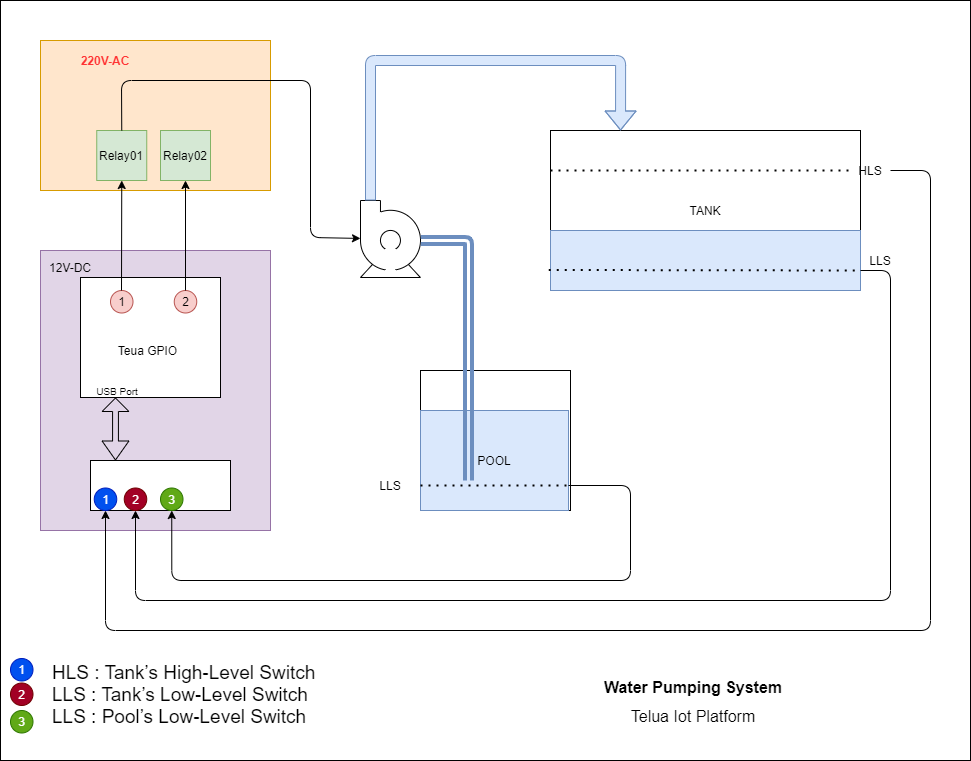
The draw.io diagram plc_Water_Pumping_System/Water_Pumping_System.png in letrthong/uhes_visual_programing_iot, before a commit. Source tidied: cells renumbered, new cells last; positions are measured from the earlier drawing's top-left corner, leaving out a move shared by most shapes.
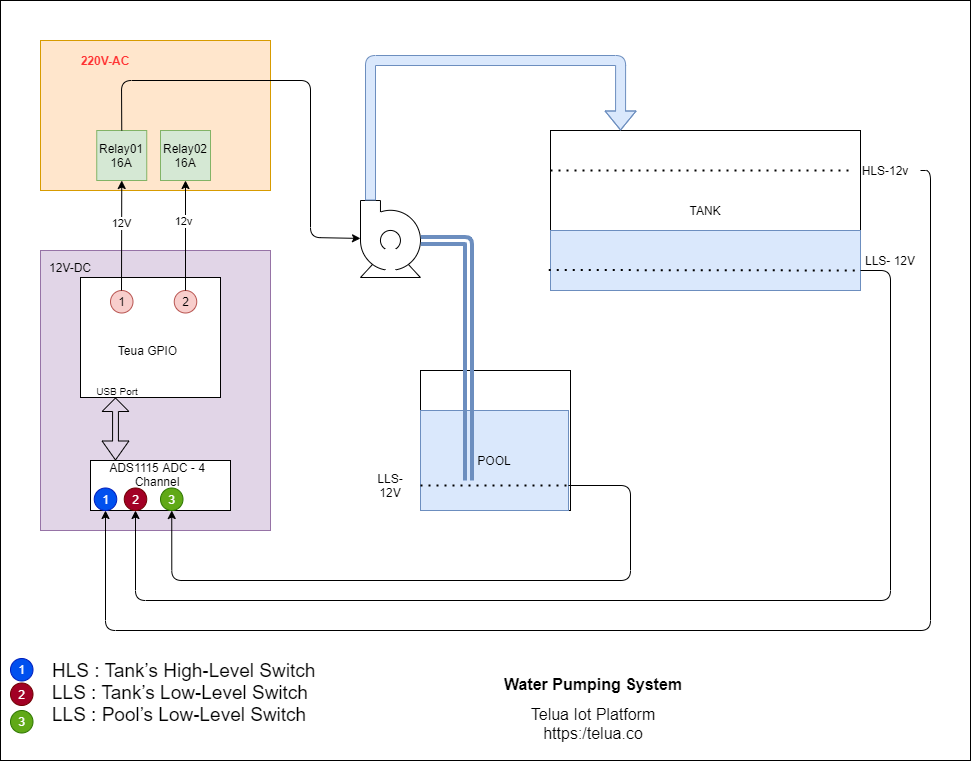
Later version of the same file.

The edit, as a diff of the source:
```diff
@@ -62,11 +62,11 @@
     <mxCell id="17" value="&lt;b&gt;&lt;font color=&quot;#ff3333&quot;&gt;220V-AC&lt;/font&gt;&lt;/b&gt;" style="text;html=1;strokeColor=none;fillColor=none;align=center;verticalAlign=middle;whiteSpace=wrap;rounded=0;" parent="1" vertex="1">
       <mxGeometry x="70" y="50" width="70" height="20" as="geometry" />
     </mxCell>
-    <mxCell id="18" value="LLS" style="text;html=1;strokeColor=none;fillColor=none;align=center;verticalAlign=middle;whiteSpace=wrap;rounded=0;" parent="1" vertex="1">
+    <mxCell id="18" value="LLS-12V" style="text;html=1;strokeColor=none;fillColor=none;align=center;verticalAlign=middle;whiteSpace=wrap;rounded=0;" parent="1" vertex="1">
       <mxGeometry x="370" y="475" width="40" height="20" as="geometry" />
     </mxCell>
-    <mxCell id="19" value="LLS" style="text;html=1;strokeColor=none;fillColor=none;align=center;verticalAlign=middle;whiteSpace=wrap;rounded=0;" parent="1" vertex="1">
-      <mxGeometry x="860" y="250" width="40" height="20" as="geometry" />
+    <mxCell id="19" value="LLS- 12V" style="text;html=1;strokeColor=none;fillColor=none;align=center;verticalAlign=middle;whiteSpace=wrap;rounded=0;" parent="1" vertex="1">
+      <mxGeometry x="860" y="250" width="60" height="20" as="geometry" />
     </mxCell>
     <mxCell id="20" style="endArrow=none;dashed=1;html=1;dashPattern=1 3;strokeWidth=2;exitX=-0.006;exitY=0.658;exitDx=0;exitDy=0;exitPerimeter=0;" parent="1" edge="1" source="6">
       <mxGeometry relative="1" as="geometry">
@@ -112,13 +112,13 @@
         </Array>
       </mxGeometry>
     </mxCell>
-    <mxCell id="28" value="HLS" style="text;html=1;strokeColor=none;fillColor=none;align=center;verticalAlign=middle;whiteSpace=wrap;rounded=0;" parent="1" vertex="1">
-      <mxGeometry x="850" y="160" width="40" height="20" as="geometry" />
+    <mxCell id="28" value="HLS-12v" style="text;html=1;strokeColor=none;fillColor=none;align=center;verticalAlign=middle;whiteSpace=wrap;rounded=0;" parent="1" vertex="1">
+      <mxGeometry x="850" y="160" width="70" height="20" as="geometry" />
     </mxCell>
-    <mxCell id="29" value="Relay01" style="whiteSpace=wrap;html=1;fillColor=#d5e8d4;strokeColor=#82b366;" parent="1" vertex="1">
+    <mxCell id="29" value="Relay01&lt;br&gt;16A" style="whiteSpace=wrap;html=1;fillColor=#d5e8d4;strokeColor=#82b366;" parent="1" vertex="1">
       <mxGeometry x="96.2" y="130" width="50" height="50" as="geometry" />
     </mxCell>
-    <mxCell id="30" value="&lt;span&gt;Relay02&lt;/span&gt;" style="whiteSpace=wrap;html=1;fillColor=#d5e8d4;strokeColor=#82b366;" parent="1" vertex="1">
+    <mxCell id="30" value="&lt;span&gt;Relay02&lt;br&gt;16A&lt;br&gt;&lt;/span&gt;" style="whiteSpace=wrap;html=1;fillColor=#d5e8d4;strokeColor=#82b366;" parent="1" vertex="1">
       <mxGeometry x="160" y="130" width="50" height="50" as="geometry" />
     </mxCell>
     <mxCell id="31" style="endArrow=classic;html=1;strokeWidth=1;exitX=0.5;exitY=0;exitDx=0;exitDy=0;" parent="1" edge="1" source="29" target="4">
@@ -141,14 +141,22 @@
         <mxPoint x="121" y="290" as="sourcePoint" />
       </mxGeometry>
     </mxCell>
+    <mxCell id="43" value="12V" style="edgeLabel;html=1;align=center;verticalAlign=middle;" parent="34" vertex="1">
+      <mxGeometry x="0.22" y="1" relative="1" as="geometry" />
+    </mxCell>
     <mxCell id="35" style="endArrow=classic;html=1;strokeWidth=1;entryX=0.5;entryY=1;entryDx=0;entryDy=0;" parent="1" edge="1" source="33" target="30">
       <mxGeometry relative="1" as="geometry" />
     </mxCell>
+    <mxCell id="44" value="12v" style="edgeLabel;html=1;align=center;verticalAlign=middle;" parent="35" vertex="1">
+      <mxGeometry x="0.42" y="1" relative="1" as="geometry">
+        <mxPoint x="-1.5" y="8" as="offset" />
+      </mxGeometry>
+    </mxCell>
     <mxCell id="36" value="Teua GPIO" style="text;html=1;strokeColor=none;fillColor=none;align=center;verticalAlign=middle;whiteSpace=wrap;rounded=0;" parent="1" vertex="1">
       <mxGeometry x="115" y="340" width="65" height="20" as="geometry" />
     </mxCell>
     <mxCell id="37" value="&lt;div style=&quot;font-size: 19px&quot;&gt;&lt;font style=&quot;font-size: 19px&quot;&gt;HLS :&amp;nbsp;Tank’s High-Level Switch&lt;/font&gt;&lt;/div&gt;&lt;div style=&quot;font-size: 19px&quot;&gt;&lt;font style=&quot;font-size: 19px&quot;&gt;LLS :&amp;nbsp;Tank’s Low-Level Switch&lt;span&gt;&lt;br&gt;&lt;/span&gt;&lt;/font&gt;&lt;/div&gt;&lt;div style=&quot;font-size: 19px&quot;&gt;&lt;font style=&quot;font-size: 19px&quot;&gt;LLS : Pool’s Low-Level Switch&lt;/font&gt;&lt;br&gt;&lt;/div&gt;" style="text;html=1;strokeColor=none;fillColor=none;align=left;verticalAlign=middle;whiteSpace=wrap;rounded=0;" parent="1" vertex="1">
-      <mxGeometry x="50" y="663.8" width="450" height="60" as="geometry" />
+      <mxGeometry x="50" y="661.8" width="450" height="60" as="geometry" />
     </mxCell>
     <mxCell id="38" value="1" style="ellipse;whiteSpace=wrap;html=1;fillColor=#0050ef;strokeColor=#001DBC;fontColor=#ffffff;" parent="1" vertex="1">
       <mxGeometry x="10" y="658" width="22.5" height="22.5" as="geometry" />
@@ -159,11 +167,14 @@
     <mxCell id="40" value="3" style="ellipse;whiteSpace=wrap;html=1;fillColor=#60a917;strokeColor=#2D7600;fontColor=#ffffff;" parent="1" vertex="1">
       <mxGeometry x="10" y="710" width="22.5" height="22.5" as="geometry" />
     </mxCell>
-    <mxCell id="41" value="&lt;h1 style=&quot;font-size: 16px&quot;&gt;&lt;font style=&quot;font-size: 16px&quot;&gt;Water Pumping System&lt;/font&gt;&lt;/h1&gt;&lt;div style=&quot;font-size: 16px&quot;&gt;&lt;font style=&quot;font-size: 16px&quot;&gt;Telua Iot Platform&lt;/font&gt;&lt;/div&gt;" style="text;html=1;strokeColor=none;fillColor=none;align=center;verticalAlign=middle;whiteSpace=wrap;rounded=0;" parent="1" vertex="1">
-      <mxGeometry x="470" y="668.8" width="446" height="55" as="geometry" />
+    <mxCell id="41" value="&lt;h1 style=&quot;font-size: 16px&quot;&gt;&lt;font style=&quot;font-size: 16px&quot;&gt;Water Pumping System&lt;/font&gt;&lt;/h1&gt;&lt;div style=&quot;font-size: 16px&quot;&gt;&lt;font style=&quot;font-size: 16px&quot;&gt;Telua Iot Platform&lt;/font&gt;&lt;/div&gt;&lt;div style=&quot;font-size: 16px&quot;&gt;&lt;font style=&quot;font-size: 16px&quot;&gt;https:/telua.co&lt;/font&gt;&lt;/div&gt;" style="text;html=1;strokeColor=none;fillColor=none;align=center;verticalAlign=middle;whiteSpace=wrap;rounded=0;" parent="1" vertex="1">
+      <mxGeometry x="370" y="666.8" width="446" height="73.2" as="geometry" />
     </mxCell>
     <mxCell id="42" value="&lt;font style=&quot;font-size: 10px&quot;&gt;USB Port&lt;/font&gt;" style="text;html=1;strokeColor=none;fillColor=none;align=center;verticalAlign=middle;whiteSpace=wrap;rounded=0;" parent="1" vertex="1">
       <mxGeometry x="90" y="380" width="54" height="20" as="geometry" />
     </mxCell>
+    <mxCell id="45" value="ADS1115 ADC - 4 Channel" style="text;html=1;strokeColor=none;fillColor=none;align=center;verticalAlign=middle;whiteSpace=wrap;rounded=0;" parent="1" vertex="1">
+      <mxGeometry x="93.8" y="464" width="126" height="20" as="geometry" />
+    </mxCell>
   </root>
 </mxGraphModel>
```
